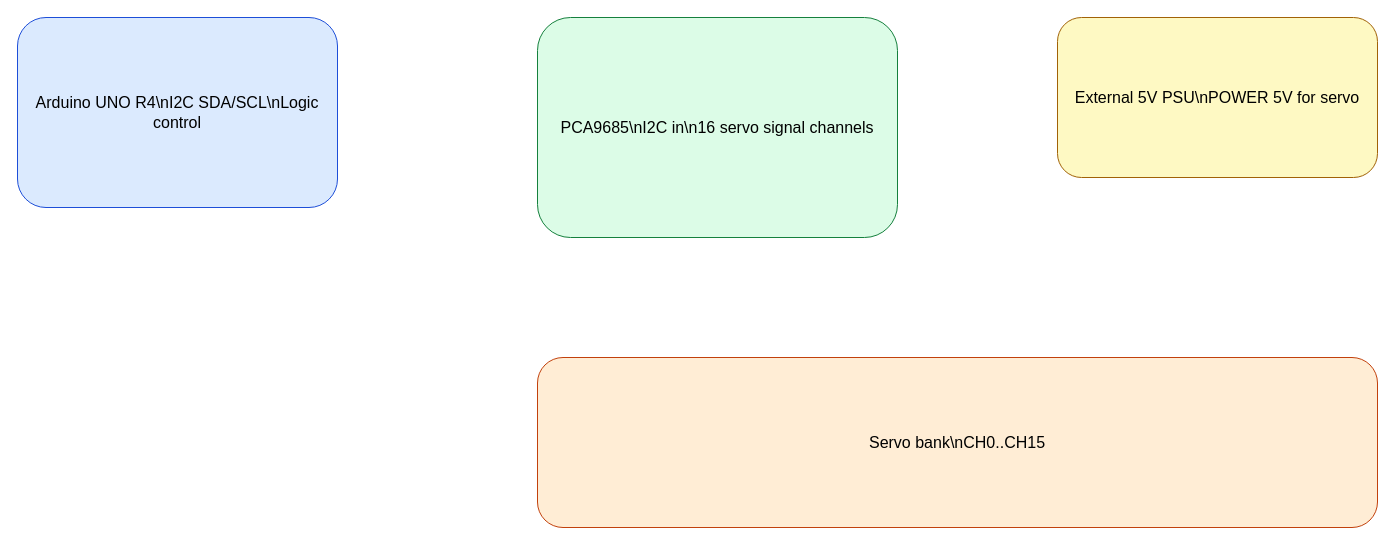
Earlier version of the draw.io diagram docs/electrical/diagrams/future-pca9685.drawio (atkinart/train-manager). Source tidied: cells renumbered, new cells numbered last; positions are measured from the earlier drawing's top-left corner, leaving out a move shared by most shapes. Both pictures are drawn from the tidied source at 100%, with x=0, y=0 at pixel (17, 17).
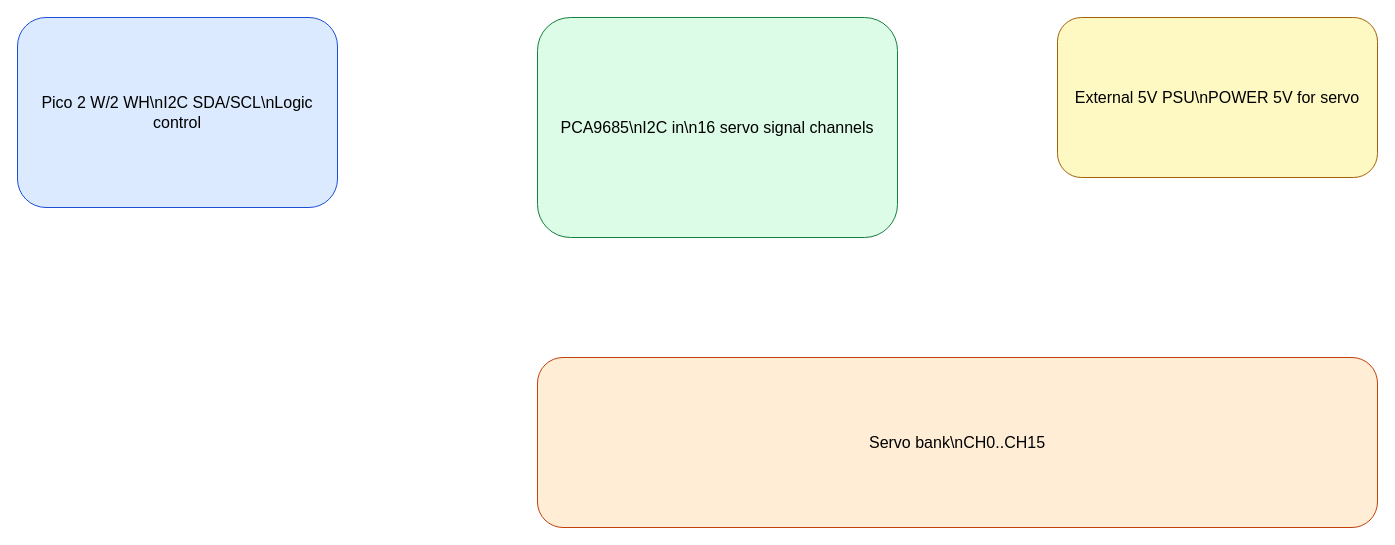
The same diagram, later.

The edit, as a diff of the source:
```diff
@@
 <mxGraphModel>
   <root>
     <mxCell id="0" />
     <mxCell id="1" parent="0" />
-    <mxCell id="2" value="Arduino UNO R4\nI2C SDA/SCL\nLogic control" style="rounded=1;whiteSpace=wrap;html=1;fillColor=#dbeafe;strokeColor=#1d4ed8;fontSize=16;" parent="1" vertex="1">
+    <mxCell id="2" value="Pico 2 W/2 WH\nI2C SDA/SCL\nLogic control" style="rounded=1;whiteSpace=wrap;html=1;fillColor=#dbeafe;strokeColor=#1d4ed8;fontSize=16;" parent="1" vertex="1">
       <mxGeometry width="320" height="190" as="geometry" />
     </mxCell>
     <mxCell id="3" value="PCA9685\nI2C in\n16 servo signal channels" style="rounded=1;whiteSpace=wrap;html=1;fillColor=#dcfce7;strokeColor=#15803d;fontSize=16;" parent="1" vertex="1">
       <mxGeometry x="520" width="360" height="220" as="geometry" />
     </mxCell>
     <mxCell id="4" value="External 5V PSU\nPOWER 5V for servo" style="rounded=1;whiteSpace=wrap;html=1;fillColor=#fef9c3;strokeColor=#a16207;fontSize=16;" parent="1" vertex="1">
       <mxGeometry x="1040" width="320" height="160" as="geometry" />
     </mxCell>
     <mxCell id="5" value="Servo bank\nCH0..CH15" style="rounded=1;whiteSpace=wrap;html=1;fillColor=#ffedd5;strokeColor=#c2410c;fontSize=16;" parent="1" vertex="1">
       <mxGeometry x="520" y="340" width="840" height="170" as="geometry" />
     </mxCell>
   </root>
 </mxGraphModel>
```
